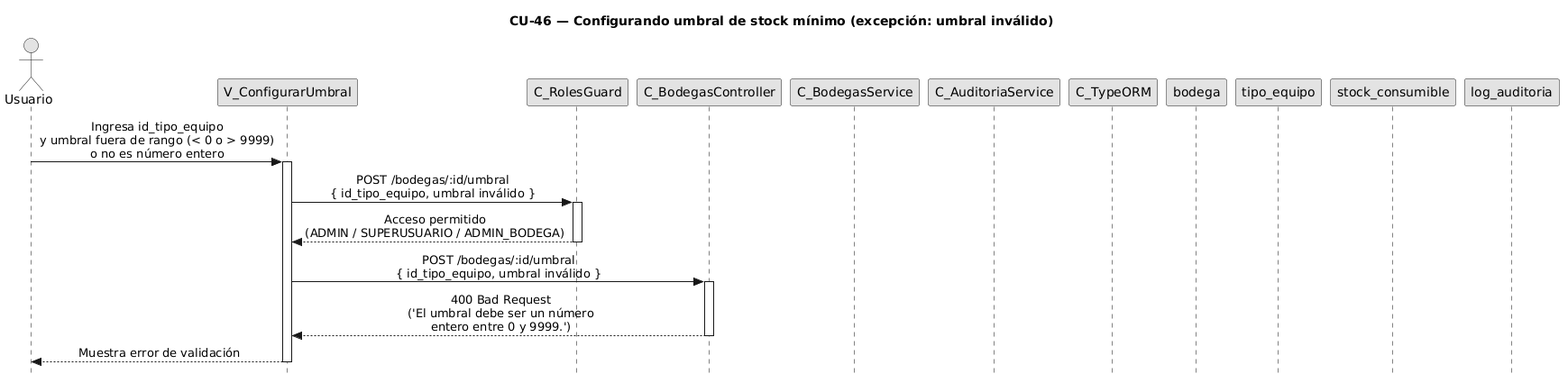
Earlier version of the PlantUML export diagramas/diagramas-secuencia/CU46/CU46-exc-umbral-invalido.png (FSM-Finet-y-Cable-Magico/Team_1-Inventario-y-Bodega).
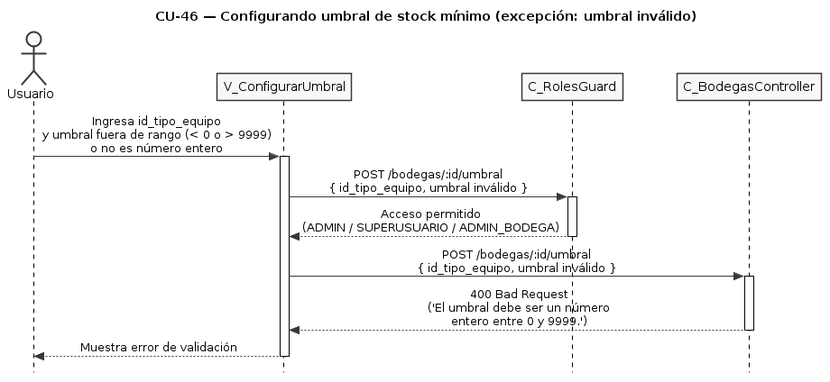
The same diagram one commit later.

Change to the diagram source:
```diff
@@ -5,6 +5,8 @@
 skinparam monochrome true
 skinparam shadowing false
 skinparam sequenceMessageAlign center
+skinparam ParticipantPadding 25
+skinparam ActorPadding 20
 skinparam sequence {
   MessageAlign center
   LifeLineBorderColor black
@@ -15,13 +17,6 @@
 participant "V_ConfigurarUmbral" as view
 participant "C_RolesGuard" as guard
 participant "C_BodegasController" as ctrl
-participant "C_BodegasService" as svc
-participant "C_AuditoriaService" as aud
-participant "C_TypeORM" as orm
-participant "bodega" as bent
-participant "tipo_equipo" as tent
-participant "stock_consumible" as scent
-participant "log_auditoria" as aent
 
 user -> view : Ingresa id_tipo_equipo\ny umbral fuera de rango (< 0 o > 9999)\no no es número entero
 activate view
```
